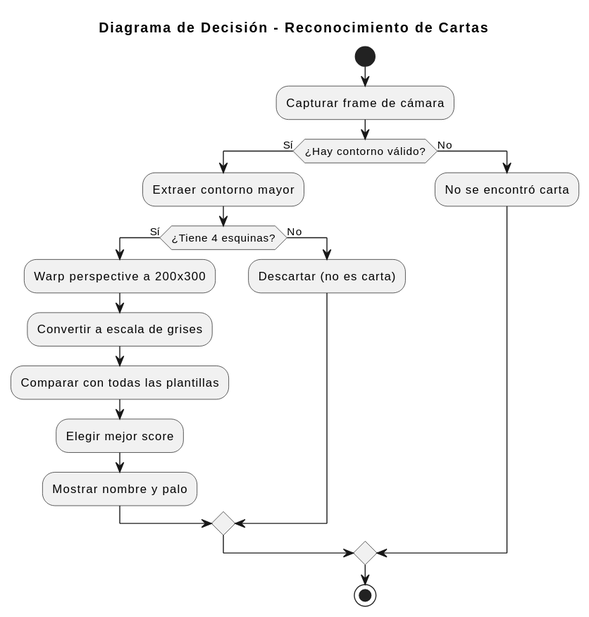
The PlantUML diagram Examen Parcial/Diagramas/DiagramaDecision.svg in oscarsantasanchez/Inteligencia-Artificial, before a commit. The source it was exported from:
```plantuml
@startuml
title Diagrama de Decisión - Reconocimiento de Cartas

start
:Capturar frame de cámara;
if (¿Hay contorno válido?) then (Sí)
    :Extraer contorno mayor;
    if (¿Tiene 4 esquinas?) then (Sí)
        :Warp perspective a 200x300;
        :Convertir a escala de grises;
        :Comparar con todas las plantillas;
        :Elegir mejor score;
        :Mostrar nombre y palo;
    else (No)
        :Descartar (no es carta);
    endif
else (No)
    :No se encontró carta;
endif
stop
@enduml
```
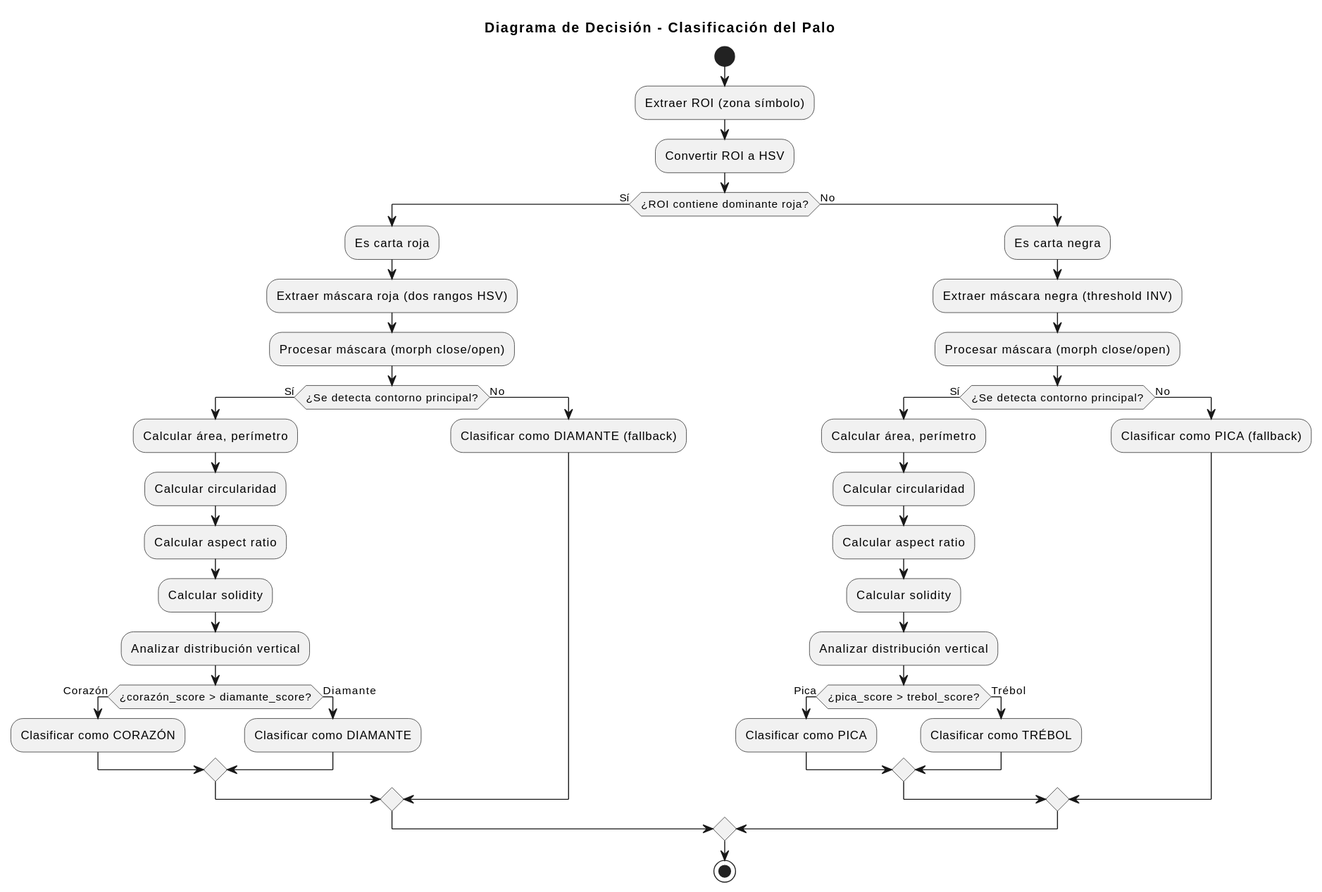
Above is the later version.

Diff of the diagram source:
```diff
@@ -1,21 +1,56 @@
 @startuml
-title Diagrama de Decisión - Reconocimiento de Cartas
+title Diagrama de Decisión - Clasificación del Palo
 
 start
-:Capturar frame de cámara;
-if (¿Hay contorno válido?) then (Sí)
-    :Extraer contorno mayor;
-    if (¿Tiene 4 esquinas?) then (Sí)
-        :Warp perspective a 200x300;
-        :Convertir a escala de grises;
-        :Comparar con todas las plantillas;
-        :Elegir mejor score;
-        :Mostrar nombre y palo;
+
+:Extraer ROI (zona símbolo);
+:Convertir ROI a HSV;
+
+if (¿ROI contiene dominante roja?) then (Sí)
+    :Es carta roja;
+    :Extraer máscara roja (dos rangos HSV);
+    :Procesar máscara (morph close/open);
+
+    if (¿Se detecta contorno principal?) then (Sí)
+        :Calcular área, perímetro;
+        :Calcular circularidad;
+        :Calcular aspect ratio;
+        :Calcular solidity;
+        :Analizar distribución vertical;
+
+        if (¿corazón_score > diamante_score?) then (Corazón)
+            :Clasificar como CORAZÓN;
+        else (Diamante)
+            :Clasificar como DIAMANTE;
+        endif
+
     else (No)
-        :Descartar (no es carta);
+        :Clasificar como DIAMANTE (fallback);
     endif
+
 else (No)
-    :No se encontró carta;
+    :Es carta negra;
+    :Extraer máscara negra (threshold INV);
+    :Procesar máscara (morph close/open);
+
+    if (¿Se detecta contorno principal?) then (Sí)
+        :Calcular área, perímetro;
+        :Calcular circularidad;
+        :Calcular aspect ratio;
+        :Calcular solidity;
+        :Analizar distribución vertical;
+
+        if (¿pica_score > trebol_score?) then (Pica)
+            :Clasificar como PICA;
+        else (Trébol)
+            :Clasificar como TRÉBOL;
+        endif
+
+    else (No)
+        :Clasificar como PICA (fallback);
+    endif
+
 endif
+
 stop
 @enduml
```
